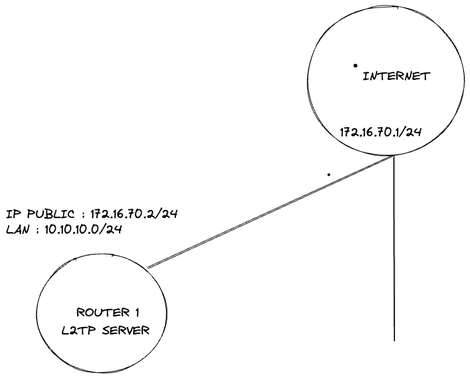
The Excalidraw diagram visualisasi/bahasan.excalidraw.png in SMK-MADINATULQURAN/nextjs-bahan-ajar, before a commit. Source tidied: one line per element, renumbered; positions are measured from the earlier drawing's top-left corner, leaving out a move shared by most shapes.
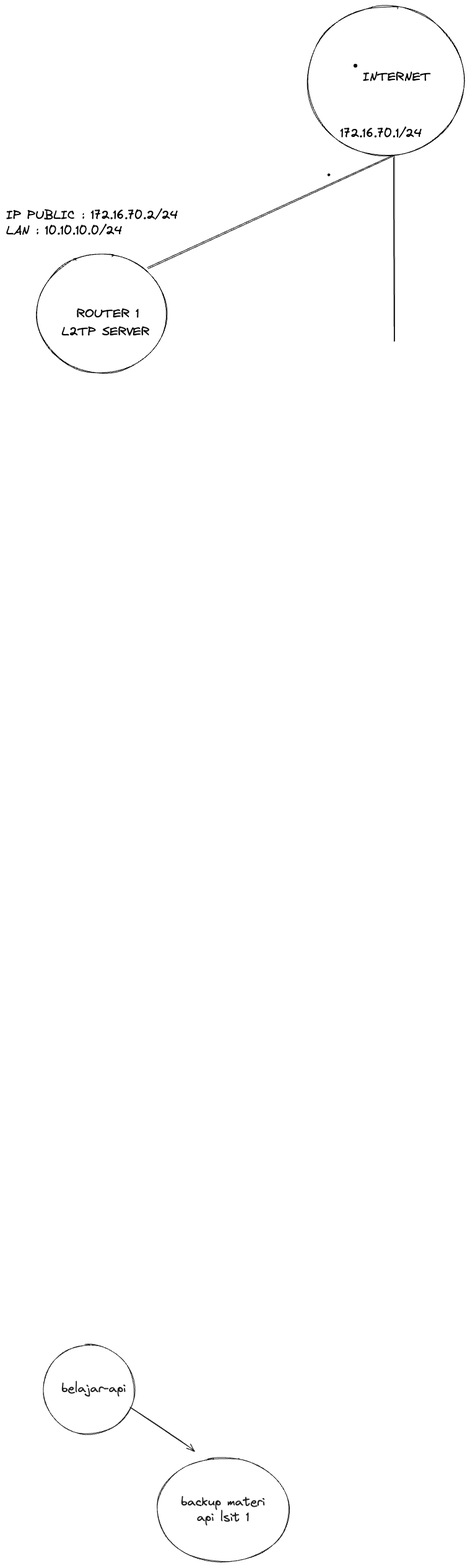
The same diagram one commit later.

Change to the diagram source:
```diff
@@ -10,3 +10,8 @@
 {"id": 9, "type": "line", "strokeColor": "#000000", "strokeWidth": 1, "roughness": 1, "round": true, "x": 626, "y": 242, "width": 396, "height": 182, "points": [[0, 0], [-396, 182]]}
 {"id": 10, "type": "line", "strokeColor": "#000000", "strokeWidth": 1, "roughness": 1, "round": true, "x": 627, "y": 243, "width": 0, "height": 298, "points": [[0, 0], [0, 298]]}
 {"id": 11, "type": "text", "text": "L2TP SERVER", "strokeColor": "#000000", "strokeWidth": 1, "roughness": 1, "fontSize": 20, "fontFamily": 1, "x": 90, "y": 513, "width": 142, "height": 25}
+{"id": 12, "type": "ellipse", "strokeColor": "#1e1e1e", "strokeWidth": 1, "roughness": 1, "round": true, "x": 60, "y": 2160, "width": 147, "height": 144}
+{"id": 13, "type": "text", "text": "belajar-api", "strokeColor": "#1e1e1e", "strokeWidth": 1, "roughness": 1, "fontSize": 20, "fontFamily": 1, "x": 89, "y": 2218, "width": 104, "height": 25}
+{"id": 14, "type": "arrow", "strokeColor": "#1e1e1e", "strokeWidth": 1, "roughness": 1, "endArrowhead": "arrow", "round": true, "x": 199, "y": 2261, "width": 104, "height": 70, "points": [[0, 0], [83, 54], [104, 70]]}
+{"id": 15, "type": "ellipse", "strokeColor": "#1e1e1e", "strokeWidth": 1, "roughness": 1, "round": true, "x": 243, "y": 2342, "width": 214, "height": 168}
+{"id": 16, "type": "text", "text": "backup materi\napi lsit 1", "strokeColor": "#1e1e1e", "strokeWidth": 1, "roughness": 1, "fontSize": 20, "fontFamily": 1, "textAlign": "center", "verticalAlign": "middle", "inside": 15, "x": 283, "y": 2401, "width": 136, "height": 50}
```
